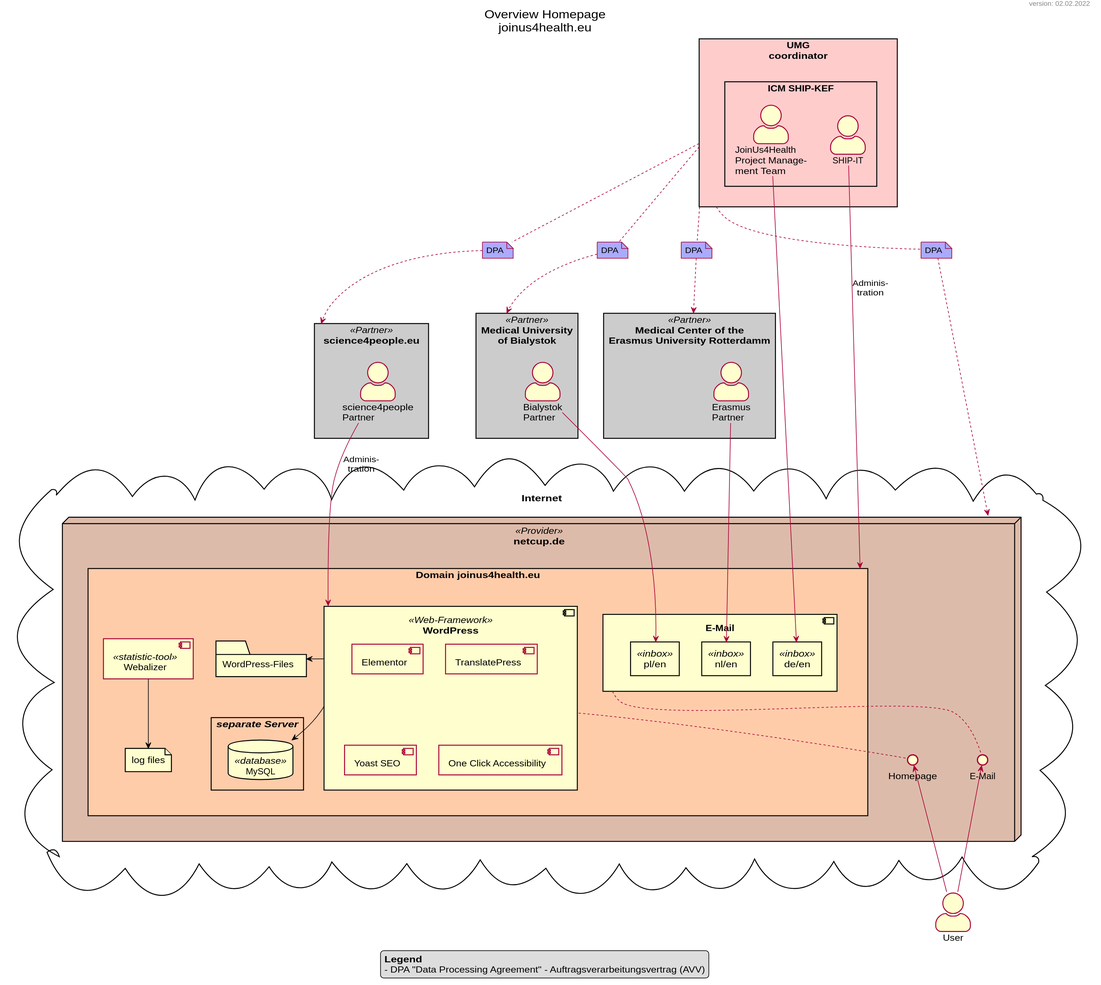
This is technical/homepage/uml/homepage_overview_data_flow.svg from JoinUs4Health/Organisation, a PlantUML export, as it was before one commit.
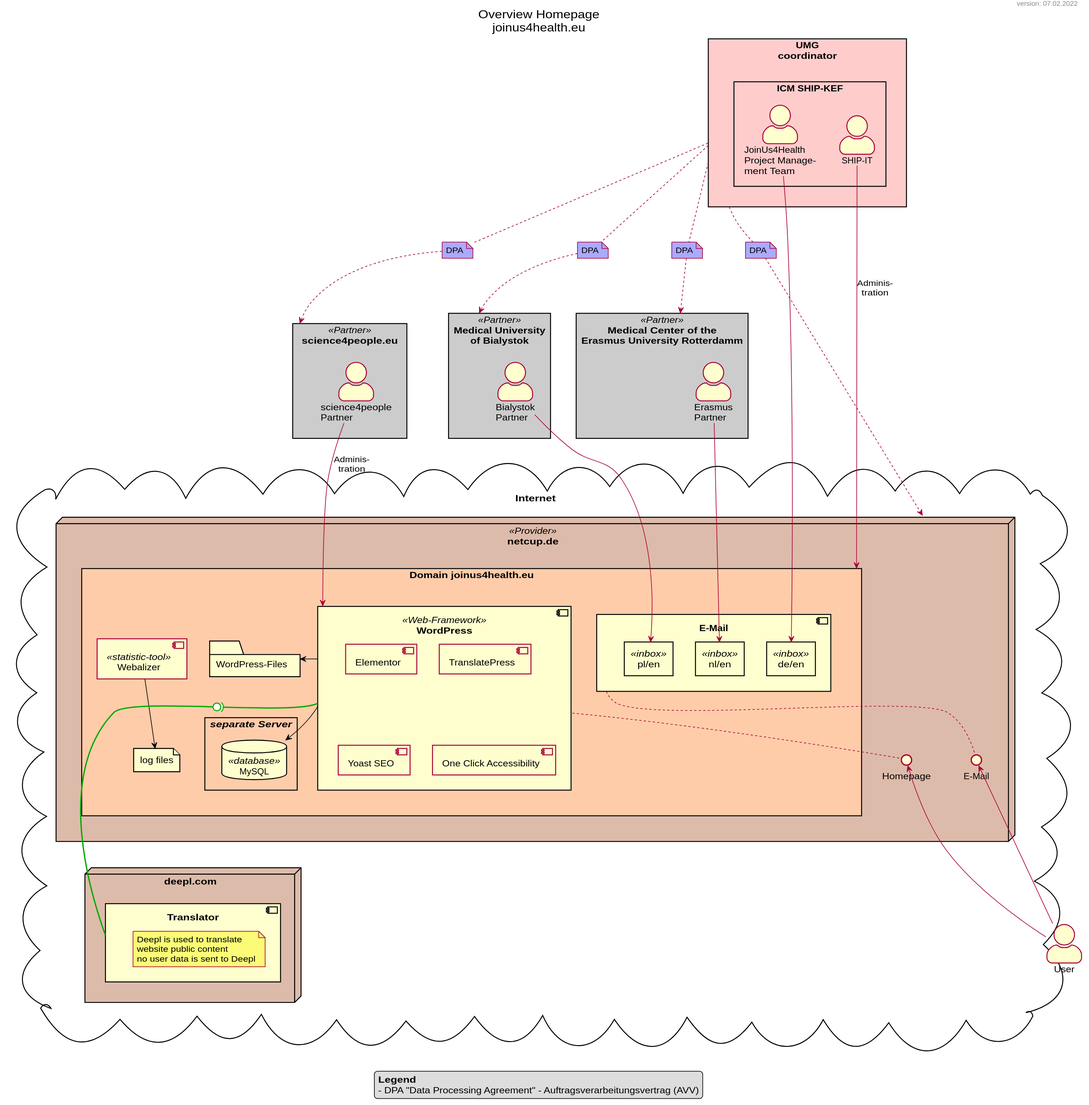
The same file after the commit.

Commit message:
updated homepage_overview_data_flow: added deepl

Change to the diagram source:
```diff
@@ -65,6 +65,16 @@
         i_web .u. wp
         i_mail .u. email
     }
+    node "deepl.com" as deepl #ddbbaa {
+        component "Translator" as deepl_trans {
+            note as n_deepl
+                Deepl is used to translate
+                website public content
+                no user data is sent to Deepl
+            end note
+        }
+    }
+    wp     =(0==     deepl_trans #00aa00
 }
 
 note "DPA" as a_us #aaaaff
```
